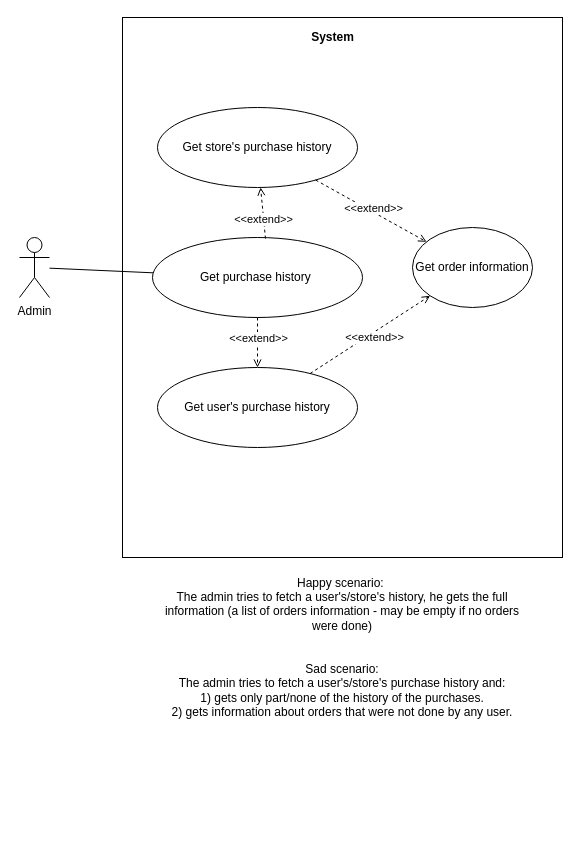
Before: use cases/use case 6.4.drawio in LevyIfta/Team-19B-Project, a draw.io diagram. Source tidied: cells renumbered, new cells numbered last; positions are measured from the earlier drawing's top-left corner, leaving out a move shared by most shapes. Both pictures are drawn from the tidied source at 100%, with x=0, y=0 at pixel (19, 17).
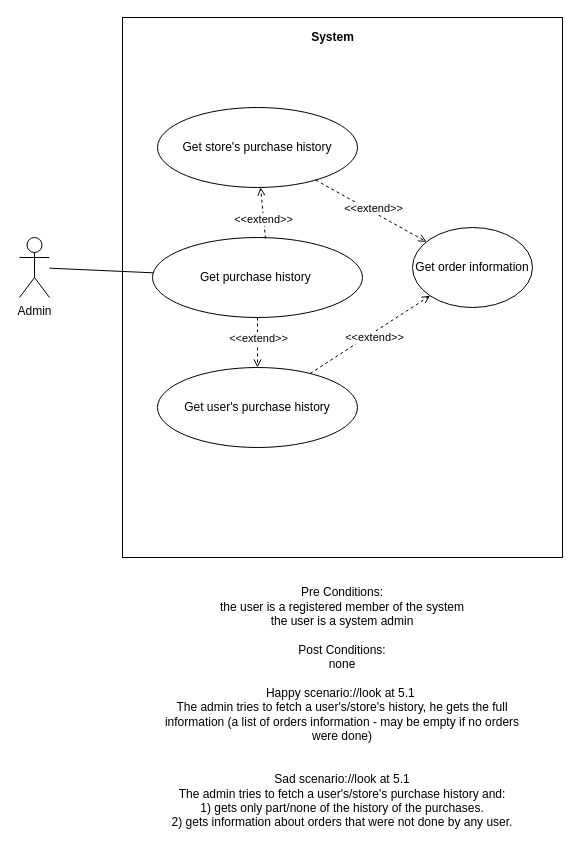
The same diagram, later.

What changed in the source:
```diff
@@
-    <mxCell id="18" value="Happy scenario:&amp;nbsp;&lt;br&gt;The admin tries to fetch a user's/store's history, he gets the full information (a list of orders information - may be empty if no orders were done)&lt;br&gt;&lt;br&gt;&lt;br&gt;Sad scenario:&lt;br&gt;The admin tries to fetch a user's/store's purchase history and:&lt;br&gt;1) gets only part/none of the history of the purchases.&lt;br&gt;2) gets information about orders that were not done by any user." style="text;html=1;strokeColor=none;fillColor=none;align=center;verticalAlign=middle;whiteSpace=wrap;rounded=0;" parent="1" vertex="1">
-      <mxGeometry x="143" y="620" width="360" height="20" as="geometry" />
+    <mxCell id="18" value="Pre Conditions:&lt;br&gt;the user is a registered member of the system&lt;br&gt;the user is a system admin&lt;br&gt;&lt;br&gt;Post Conditions:&lt;br&gt;none&lt;br&gt;&lt;br&gt;Happy scenario://look at 5.1&amp;nbsp;&lt;br&gt;The admin tries to fetch a user's/store's history, he gets the full information (a list of orders information - may be empty if no orders were done)&lt;br&gt;&lt;br&gt;&lt;br&gt;Sad scenario://look at 5.1&lt;br&gt;The admin tries to fetch a user's/store's purchase history and:&lt;br&gt;1) gets only part/none of the history of the purchases.&lt;br&gt;2) gets information about orders that were not done by any user." style="text;html=1;strokeColor=none;fillColor=none;align=center;verticalAlign=middle;whiteSpace=wrap;rounded=0;" parent="1" vertex="1">
+      <mxGeometry x="143" y="680" width="360" height="20" as="geometry" />
     </mxCell>
```
